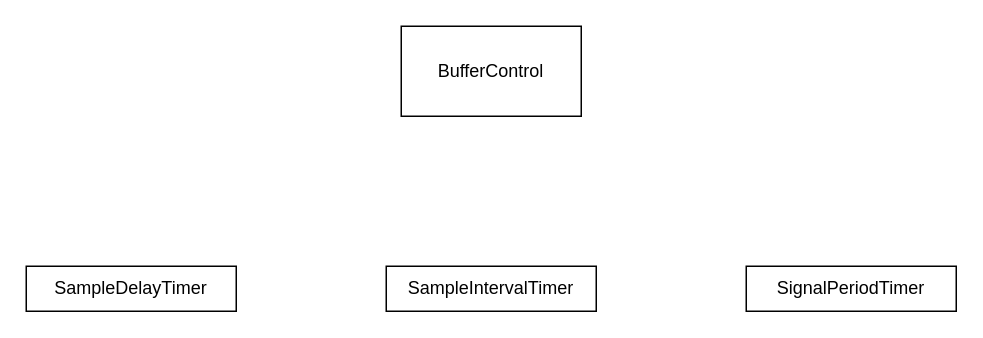
The draw.io diagram .figures/BufferFlowControl_diagram.drawio in frnyb/PL-Mag-Sensor, before the edit. Source tidied: cells renumbered, new cells numbered last; positions are measured from the earlier drawing's top-left corner, leaving out a move shared by most shapes. Both pictures are drawn from the tidied source at 150%, with x=0, y=0 at pixel (26, 26).
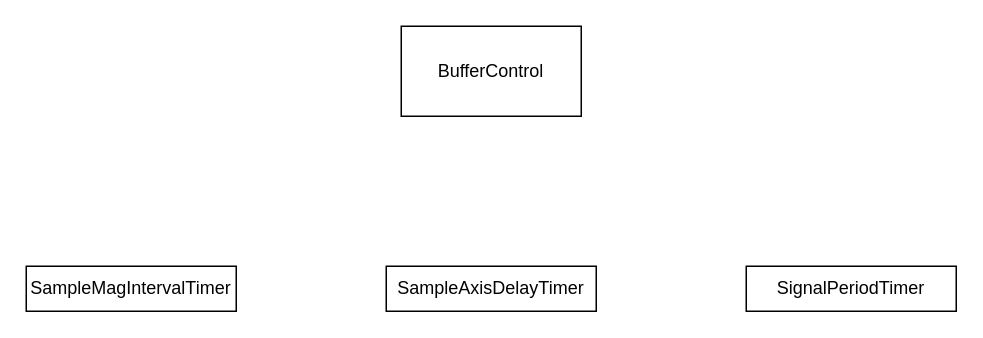
The same page after the edit.

Diff of the diagram source:
```diff
@@
 <mxGraphModel>
   <root>
     <mxCell id="0" />
     <mxCell id="1" parent="0" />
     <mxCell id="2" value="BufferControl" style="rounded=0;whiteSpace=wrap;html=1;" parent="1" vertex="1">
       <mxGeometry x="250" width="120" height="60" as="geometry" />
     </mxCell>
-    <mxCell id="3" value="SampleDelayTimer" style="rounded=0;whiteSpace=wrap;html=1;" parent="1" vertex="1">
-      <mxGeometry y="160" width="140" height="30" as="geometry" />
+    <mxCell id="3" value="SampleAxisDelayTimer" style="rounded=0;whiteSpace=wrap;html=1;" parent="1" vertex="1">
+      <mxGeometry x="240" y="160" width="140" height="30" as="geometry" />
     </mxCell>
-    <mxCell id="4" value="SampleIntervalTimer" style="rounded=0;whiteSpace=wrap;html=1;" parent="1" vertex="1">
-      <mxGeometry x="240" y="160" width="140" height="30" as="geometry" />
+    <mxCell id="4" value="SampleMagIntervalTimer" style="rounded=0;whiteSpace=wrap;html=1;" parent="1" vertex="1">
+      <mxGeometry y="160" width="140" height="30" as="geometry" />
     </mxCell>
     <mxCell id="5" value="SignalPeriodTimer" style="rounded=0;whiteSpace=wrap;html=1;" parent="1" vertex="1">
       <mxGeometry x="480" y="160" width="140" height="30" as="geometry" />
     </mxCell>
   </root>
 </mxGraphModel>
```
